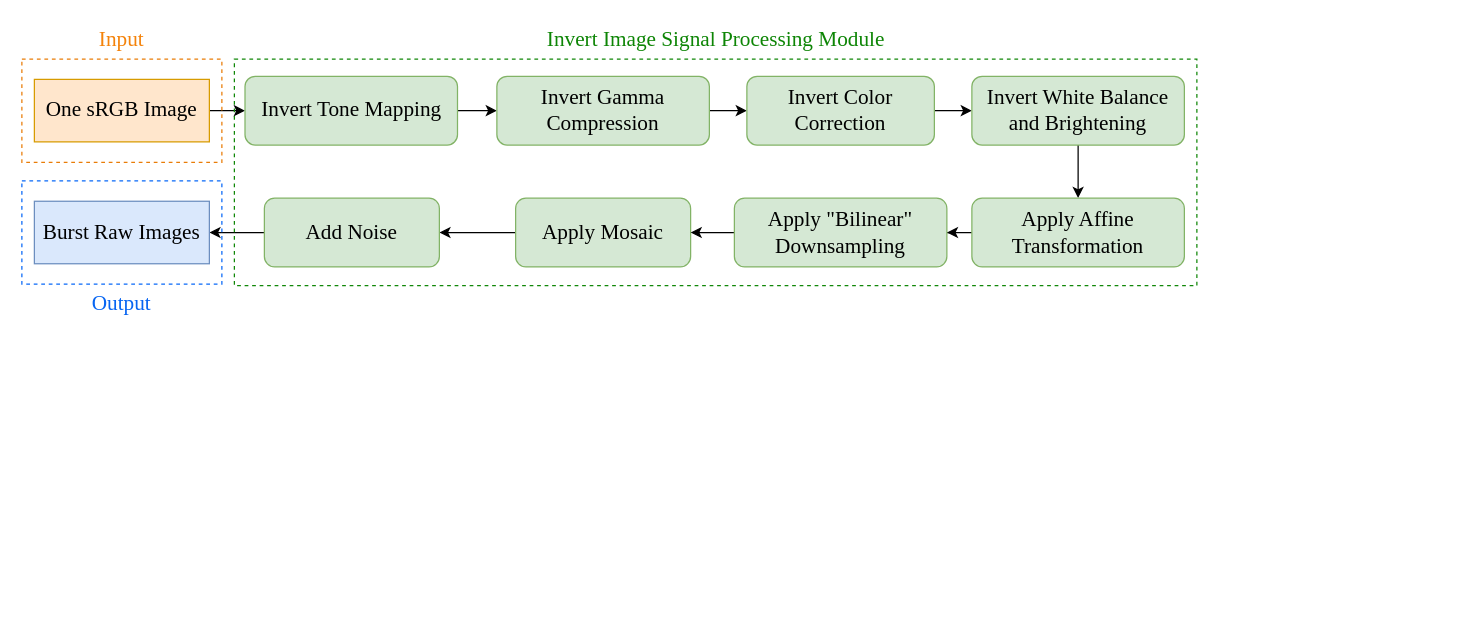
Before: 生成人造burst流程图.drawio in yangzheng-yz/DBSR, a draw.io diagram. Source tidied: cells renumbered, new cells numbered last; positions are measured from the earlier drawing's top-left corner, leaving out a move shared by most shapes. Both pictures are drawn from the tidied source at 125%, with x=0, y=0 at pixel (21, 21).
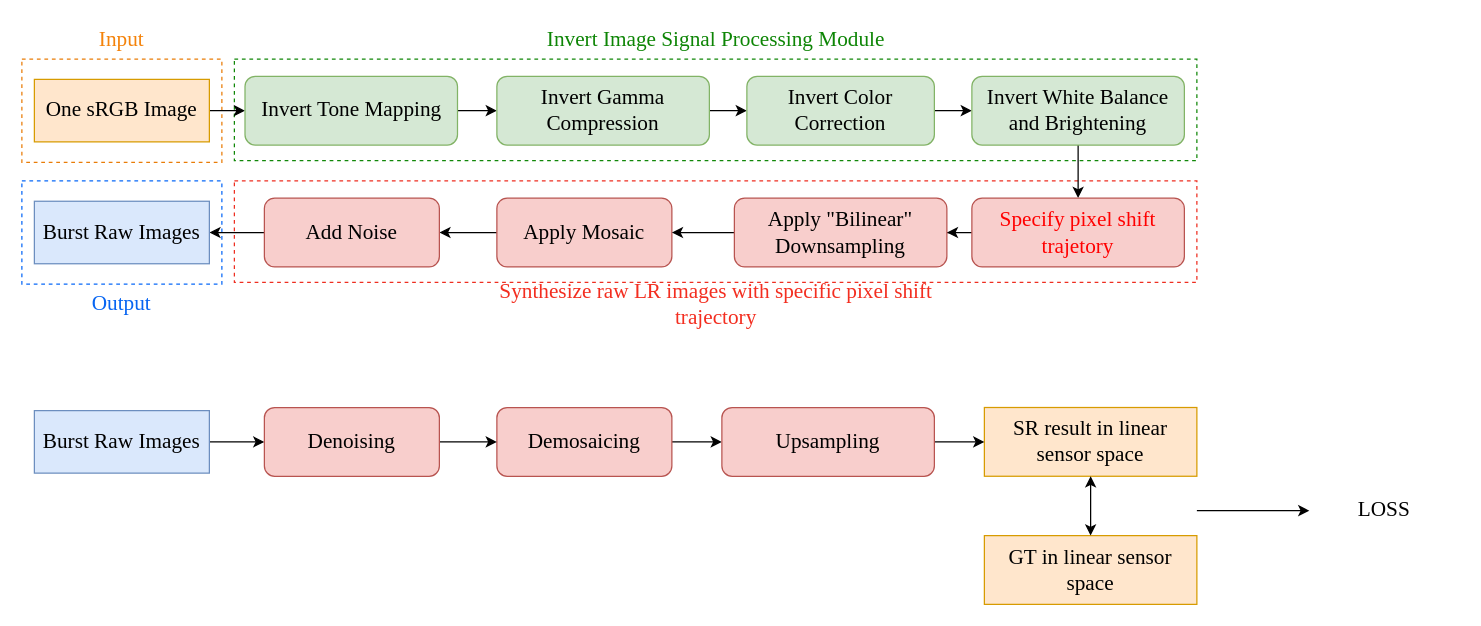
After the change.

Commit message:
更新生成人造burst流程图.drawio

Diff of the diagram source:
```diff
@@
+    <mxCell id="27" style="rounded=0;whiteSpace=wrap;html=1;fillColor=none;dashed=1;strokeColor=#ee2e20;" parent="1" vertex="1">
+      <mxGeometry x="170" y="127.2" width="770" height="81.2" as="geometry" />
+    </mxCell>
+    <mxCell id="21" style="rounded=0;whiteSpace=wrap;html=1;fillColor=none;dashed=1;strokeColor=#e97c07;" parent="1" vertex="1">
+      <mxGeometry y="29.8" width="160" height="82.5" as="geometry" />
+    </mxCell>
+    <mxCell id="23" style="rounded=0;whiteSpace=wrap;html=1;fillColor=none;dashed=1;strokeColor=#108708;" parent="1" vertex="1">
+      <mxGeometry x="170" y="29.8" width="770" height="81.2" as="geometry" />
+    </mxCell>
+    <mxCell id="22" style="rounded=0;whiteSpace=wrap;html=1;fillColor=none;dashed=1;strokeColor=#0868f7;" parent="1" vertex="1">
+      <mxGeometry y="127.2" width="160" height="82.5" as="geometry" />
+    </mxCell>
@@
-    <mxCell id="13" value="&lt;font face=&quot;Times New Roman&quot;&gt;&lt;span style=&quot;font-size: 17px;&quot;&gt;Apply Affine Transformation&lt;/span&gt;&lt;/font&gt;" style="rounded=1;whiteSpace=wrap;html=1;fillColor=#d5e8d4;strokeColor=#82b366;" parent="1" vertex="1">
+    <mxCell id="13" value="&lt;font color=&quot;#ff0000&quot; face=&quot;Times New Roman&quot;&gt;&lt;span style=&quot;font-size: 17px;&quot;&gt;Specify pixel shift trajetory&lt;/span&gt;&lt;/font&gt;" style="rounded=1;whiteSpace=wrap;html=1;fillColor=#f8cecc;strokeColor=#b85450;" parent="1" vertex="1">
       <mxGeometry x="760" y="141" width="170" height="55" as="geometry" />
     </mxCell>
@@
-    <mxCell id="15" value="&lt;font face=&quot;Times New Roman&quot;&gt;&lt;span style=&quot;font-size: 17px;&quot;&gt;Apply Mosaic&lt;/span&gt;&lt;/font&gt;" style="rounded=1;whiteSpace=wrap;html=1;fillColor=#d5e8d4;strokeColor=#82b366;" parent="1" vertex="1">
-      <mxGeometry x="395" y="141" width="140" height="55" as="geometry" />
+    <mxCell id="15" value="&lt;font face=&quot;Times New Roman&quot;&gt;&lt;span style=&quot;font-size: 17px;&quot;&gt;Apply Mosaic&lt;/span&gt;&lt;/font&gt;" style="rounded=1;whiteSpace=wrap;html=1;fillColor=#f8cecc;strokeColor=#b85450;" parent="1" vertex="1">
+      <mxGeometry x="380" y="141" width="140" height="55" as="geometry" />
     </mxCell>
@@
-    <mxCell id="17" value="&lt;font face=&quot;Times New Roman&quot;&gt;&lt;span style=&quot;font-size: 17px;&quot;&gt;Add Noise&lt;/span&gt;&lt;/font&gt;" style="rounded=1;whiteSpace=wrap;html=1;fillColor=#d5e8d4;strokeColor=#82b366;" parent="1" vertex="1">
+    <mxCell id="17" value="&lt;font face=&quot;Times New Roman&quot;&gt;&lt;span style=&quot;font-size: 17px;&quot;&gt;Add Noise&lt;/span&gt;&lt;/font&gt;" style="rounded=1;whiteSpace=wrap;html=1;fillColor=#f8cecc;strokeColor=#b85450;" parent="1" vertex="1">
       <mxGeometry x="194" y="141" width="140" height="55" as="geometry" />
     </mxCell>
@@
-    <mxCell id="19" value="&lt;font face=&quot;Times New Roman&quot;&gt;&lt;span style=&quot;font-size: 17px;&quot;&gt;Apply &quot;Bilinear&quot; Downsampling&lt;/span&gt;&lt;/font&gt;" style="rounded=1;whiteSpace=wrap;html=1;fillColor=#d5e8d4;strokeColor=#82b366;" parent="1" vertex="1">
+    <mxCell id="19" value="&lt;font face=&quot;Times New Roman&quot;&gt;&lt;span style=&quot;font-size: 17px;&quot;&gt;Apply &quot;Bilinear&quot; Downsampling&lt;/span&gt;&lt;/font&gt;" style="rounded=1;whiteSpace=wrap;html=1;fillColor=#f8cecc;strokeColor=#b85450;" parent="1" vertex="1">
       <mxGeometry x="570" y="141" width="170" height="55" as="geometry" />
     </mxCell>
@@
-    <mxCell id="21" style="rounded=0;whiteSpace=wrap;html=1;fillColor=none;dashed=1;strokeColor=#e97c07;" parent="1" vertex="1">
-      <mxGeometry y="29.8" width="160" height="82.5" as="geometry" />
-    </mxCell>
-    <mxCell id="22" style="rounded=0;whiteSpace=wrap;html=1;fillColor=none;dashed=1;strokeColor=#0868f7;" parent="1" vertex="1">
-      <mxGeometry y="127.2" width="160" height="82.5" as="geometry" />
-    </mxCell>
-    <mxCell id="23" style="rounded=0;whiteSpace=wrap;html=1;fillColor=none;dashed=1;strokeColor=#108708;" parent="1" vertex="1">
-      <mxGeometry x="170" y="29.8" width="770" height="181.2" as="geometry" />
-    </mxCell>
@@
+    <mxCell id="28" style="edgeStyle=orthogonalEdgeStyle;rounded=0;jettySize=auto;html=1;" parent="1" edge="1" source="29" target="34">
+      <mxGeometry relative="1" as="geometry" />
+    </mxCell>
+    <mxCell id="29" value="&lt;font style=&quot;font-size: 17px;&quot; face=&quot;Times New Roman&quot;&gt;Burst Raw Images&lt;/font&gt;" style="rounded=0;whiteSpace=wrap;html=1;fillColor=#dae8fc;strokeColor=#6c8ebf;fontSize=17;" parent="1" vertex="1">
+      <mxGeometry x="10" y="311" width="140" height="50" as="geometry" />
+    </mxCell>
+    <mxCell id="30" value="&lt;font face=&quot;Times New Roman&quot;&gt;&lt;span style=&quot;font-size: 17px;&quot;&gt;SR result in linear sensor space&lt;/span&gt;&lt;/font&gt;" style="rounded=0;whiteSpace=wrap;html=1;fillColor=#ffe6cc;strokeColor=#d79b00;fontSize=17;" parent="1" vertex="1">
+      <mxGeometry x="770" y="308.5" width="170" height="55" as="geometry" />
+    </mxCell>
+    <mxCell id="31" style="edgeStyle=orthogonalEdgeStyle;rounded=0;jettySize=auto;html=1;" parent="1" edge="1" source="32" target="36">
+      <mxGeometry relative="1" as="geometry" />
+    </mxCell>
+    <mxCell id="32" value="&lt;font face=&quot;Times New Roman&quot;&gt;&lt;span style=&quot;font-size: 17px;&quot;&gt;Demosaicing&lt;/span&gt;&lt;/font&gt;" style="rounded=1;whiteSpace=wrap;html=1;fillColor=#f8cecc;strokeColor=#b85450;" parent="1" vertex="1">
+      <mxGeometry x="380" y="308.5" width="140" height="55" as="geometry" />
+    </mxCell>
+    <mxCell id="33" style="edgeStyle=orthogonalEdgeStyle;rounded=0;jettySize=auto;html=1;" parent="1" edge="1" source="34" target="32">
+      <mxGeometry relative="1" as="geometry" />
+    </mxCell>
+    <mxCell id="34" value="&lt;font face=&quot;Times New Roman&quot;&gt;&lt;span style=&quot;font-size: 17px;&quot;&gt;Denoising&lt;/span&gt;&lt;/font&gt;" style="rounded=1;whiteSpace=wrap;html=1;fillColor=#f8cecc;strokeColor=#b85450;" parent="1" vertex="1">
+      <mxGeometry x="194" y="308.5" width="140" height="55" as="geometry" />
+    </mxCell>
+    <mxCell id="35" style="edgeStyle=orthogonalEdgeStyle;rounded=0;jettySize=auto;html=1;" parent="1" edge="1" source="36" target="30">
+      <mxGeometry relative="1" as="geometry" />
+    </mxCell>
+    <mxCell id="36" value="&lt;font face=&quot;Times New Roman&quot;&gt;&lt;span style=&quot;font-size: 17px;&quot;&gt;Upsampling&lt;/span&gt;&lt;/font&gt;" style="rounded=1;whiteSpace=wrap;html=1;fillColor=#f8cecc;strokeColor=#b85450;" parent="1" vertex="1">
+      <mxGeometry x="560" y="308.5" width="170" height="55" as="geometry" />
+    </mxCell>
+    <mxCell id="37" value="&lt;font face=&quot;Times New Roman&quot;&gt;&lt;span style=&quot;font-size: 17px;&quot;&gt;GT in linear sensor space&lt;/span&gt;&lt;/font&gt;" style="rounded=0;whiteSpace=wrap;html=1;fillColor=#ffe6cc;strokeColor=#d79b00;fontSize=17;" parent="1" vertex="1">
+      <mxGeometry x="770" y="411" width="170" height="55" as="geometry" />
+    </mxCell>
+    <mxCell id="38" style="endArrow=classic;startArrow=classic;html=1;rounded=0;exitX=0.5;exitY=0;exitDx=0;exitDy=0;entryX=0.5;entryY=1;entryDx=0;entryDy=0;" parent="1" edge="1" source="37" target="30">
+      <mxGeometry relative="1" as="geometry" />
+    </mxCell>
+    <mxCell id="39" style="endArrow=classic;html=1;rounded=0;" parent="1" edge="1">
+      <mxGeometry relative="1" as="geometry">
+        <mxPoint x="940" y="391" as="sourcePoint" />
+        <mxPoint x="1030" y="391" as="targetPoint" />
+      </mxGeometry>
+    </mxCell>
+    <mxCell id="40" value="&lt;font color=&quot;#000000&quot; face=&quot;Times New Roman&quot;&gt;&lt;span style=&quot;font-size: 17px;&quot;&gt;LOSS&lt;/span&gt;&lt;/font&gt;" style="text;html=1;strokeColor=none;fillColor=none;align=center;verticalAlign=middle;whiteSpace=wrap;rounded=0;fontColor=#0765f2;" parent="1" vertex="1">
+      <mxGeometry x="1030" y="376" width="120" height="30" as="geometry" />
+    </mxCell>
+    <mxCell id="41" value="&lt;font style=&quot;font-size: 17px;&quot; face=&quot;Times New Roman&quot;&gt;Synthesize raw LR images with specific pixel shift trajectory&lt;/font&gt;" style="text;html=1;strokeColor=none;fillColor=none;align=center;verticalAlign=middle;whiteSpace=wrap;rounded=0;fontColor=#f32e20;" parent="1" vertex="1">
+      <mxGeometry x="363.8" y="211" width="382.5" height="30" as="geometry" />
+    </mxCell>
```
